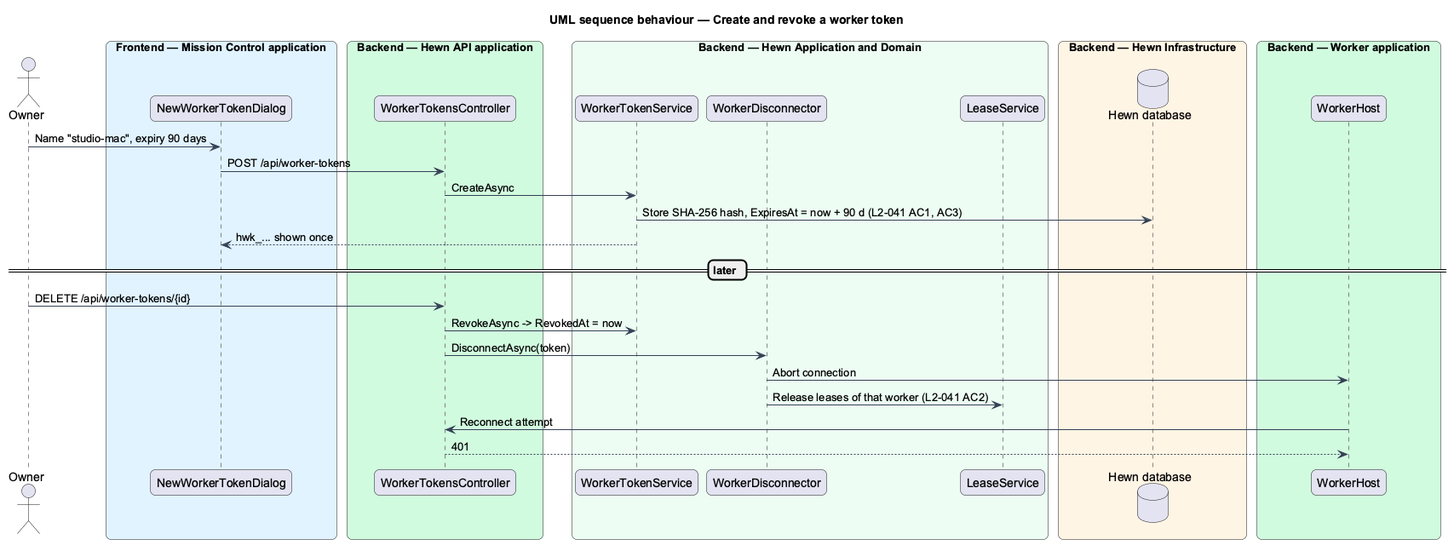
This is docs/detailed-designs/security/worker-tokens/diagrams/sequence-create-and-revoke.png from QuinntyneBrown/hewn, a PlantUML export, as it was before one commit. Its diagram source:
```plantuml
@startuml
title UML sequence behaviour — Create and revoke a worker token
skinparam backgroundColor #FFFFFF
skinparam shadowing false
skinparam roundcorner 12
skinparam defaultFontName Arial
skinparam ArrowColor #344054
skinparam rectangle {
  BorderColor #344054
  FontColor #101828
}
skinparam package {
  BorderColor #667085
  FontColor #101828
  BackgroundColor #F9FAFB
}
skinparam sequenceMessageAlign left
actor "Owner" as owner
box "Frontend — Mission Control application" #E0F2FE
  participant "NewWorkerTokenDialog" as dlg
end box
box "Backend — Hewn API application" #D1FADF
  participant "WorkerTokensController" as ctrl
end box
box "Backend — Hewn Application and Domain" #ECFDF3
  participant "WorkerTokenService" as svc
  participant "WorkerDisconnector" as disc
  participant "LeaseService" as lease
end box
box "Backend — Hewn Infrastructure" #FFF4E5
  database "Hewn database" as db
end box
box "Backend — Worker application" #D1FADF
  participant "WorkerHost" as worker
end box
owner -> dlg : Name "studio-mac", expiry 90 days
dlg -> ctrl : POST /api/worker-tokens
ctrl -> svc : CreateAsync
svc -> db : Store SHA-256 hash, ExpiresAt = now + 90 d (L2-041 AC1, AC3)
svc --> dlg : hwk_... shown once
== later ==
owner -> ctrl : DELETE /api/worker-tokens/{id}
ctrl -> svc : RevokeAsync -> RevokedAt = now
ctrl -> disc : DisconnectAsync(token)
disc -> worker : Abort connection
disc -> lease : Release leases of that worker (L2-041 AC2)
worker -> ctrl : Reconnect attempt
ctrl --> worker : 401
@enduml
```
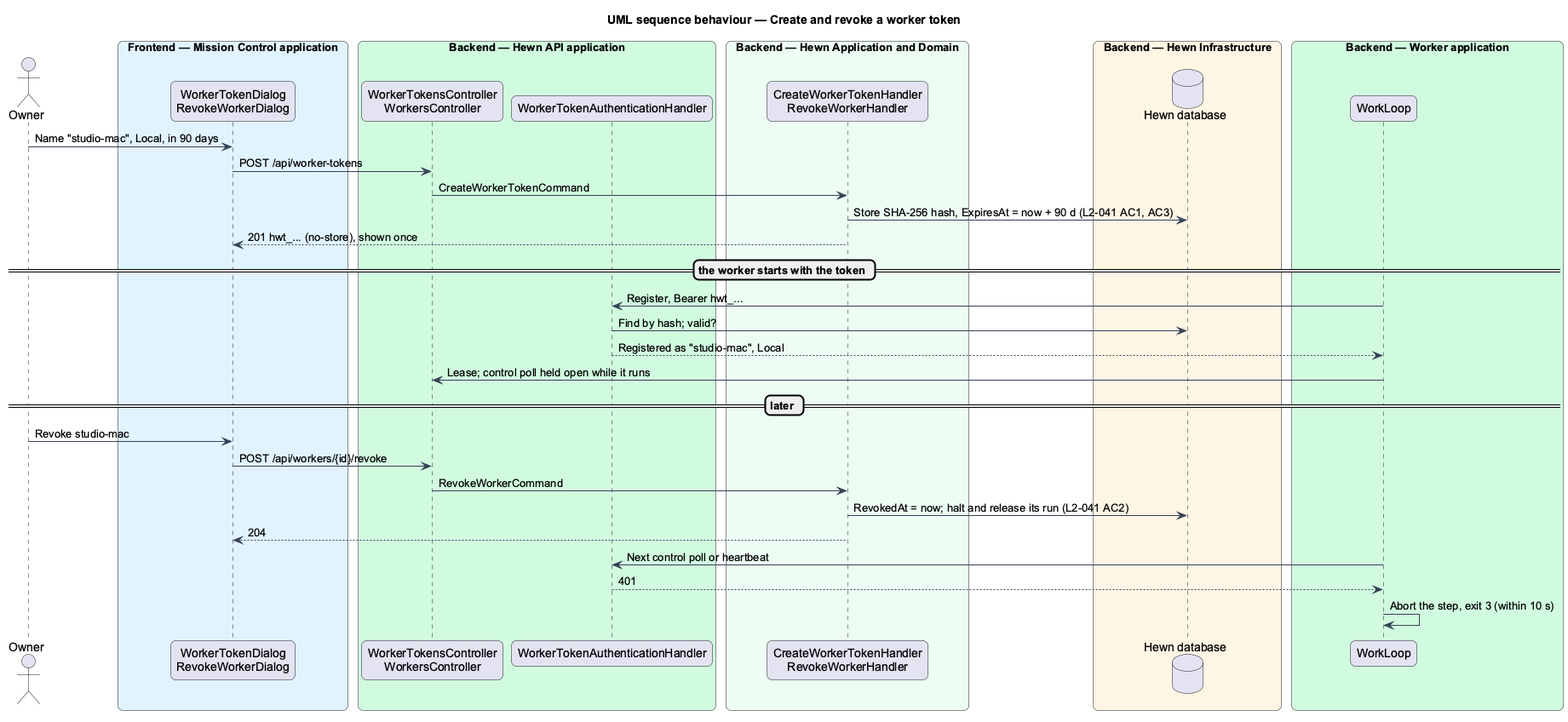
After the commit.

Diff of the diagram source:
```diff
@@ -17,33 +17,38 @@
 skinparam sequenceMessageAlign left
 actor "Owner" as owner
 box "Frontend — Mission Control application" #E0F2FE
-  participant "NewWorkerTokenDialog" as dlg
+  participant "WorkerTokenDialog\nRevokeWorkerDialog" as dlg
 end box
 box "Backend — Hewn API application" #D1FADF
-  participant "WorkerTokensController" as ctrl
+  participant "WorkerTokensController\nWorkersController" as ctrl
+  participant "WorkerTokenAuthenticationHandler" as auth
 end box
 box "Backend — Hewn Application and Domain" #ECFDF3
-  participant "WorkerTokenService" as svc
-  participant "WorkerDisconnector" as disc
-  participant "LeaseService" as lease
+  participant "CreateWorkerTokenHandler\nRevokeWorkerHandler" as svc
 end box
 box "Backend — Hewn Infrastructure" #FFF4E5
   database "Hewn database" as db
 end box
 box "Backend — Worker application" #D1FADF
-  participant "WorkerHost" as worker
+  participant "WorkLoop" as worker
 end box
-owner -> dlg : Name "studio-mac", expiry 90 days
+owner -> dlg : Name "studio-mac", Local, in 90 days
 dlg -> ctrl : POST /api/worker-tokens
-ctrl -> svc : CreateAsync
+ctrl -> svc : CreateWorkerTokenCommand
 svc -> db : Store SHA-256 hash, ExpiresAt = now + 90 d (L2-041 AC1, AC3)
-svc --> dlg : hwk_... shown once
+svc --> dlg : 201 hwt_... (no-store), shown once
+== the worker starts with the token ==
+worker -> auth : Register, Bearer hwt_...
+auth -> db : Find by hash; valid?
+auth --> worker : Registered as "studio-mac", Local
+worker -> ctrl : Lease; control poll held open while it runs
 == later ==
-owner -> ctrl : DELETE /api/worker-tokens/{id}
-ctrl -> svc : RevokeAsync -> RevokedAt = now
-ctrl -> disc : DisconnectAsync(token)
-disc -> worker : Abort connection
-disc -> lease : Release leases of that worker (L2-041 AC2)
-worker -> ctrl : Reconnect attempt
-ctrl --> worker : 401
+owner -> dlg : Revoke studio-mac
+dlg -> ctrl : POST /api/workers/{id}/revoke
+ctrl -> svc : RevokeWorkerCommand
+svc -> db : RevokedAt = now; halt and release its run (L2-041 AC2)
+svc --> dlg : 204
+worker -> auth : Next control poll or heartbeat
+auth --> worker : 401
+worker -> worker : Abort the step, exit 3 (within 10 s)
 @enduml
```
